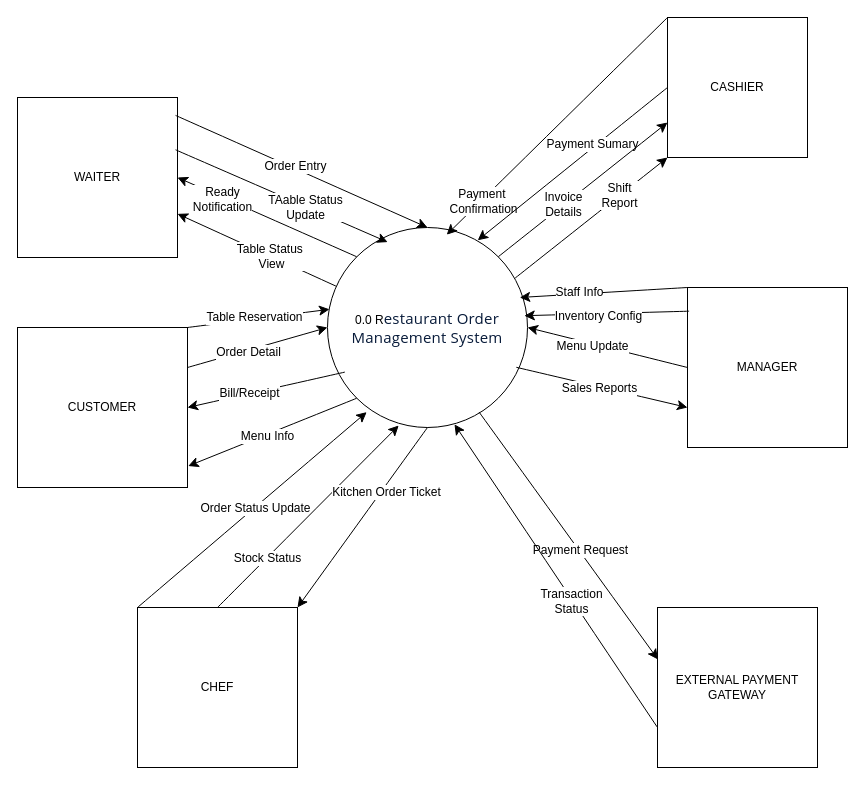
The draw.io diagram nhom3_dfd_lv0.drawio in huyoniichannuwu/Restaurant-Management-Group-Project, before the edit. Source tidied: cells renumbered, new cells numbered last; positions are measured from the earlier drawing's top-left corner, leaving out a move shared by most shapes. Both pictures are drawn from the tidied source at 100%, with x=0, y=0 at pixel (17, 17).
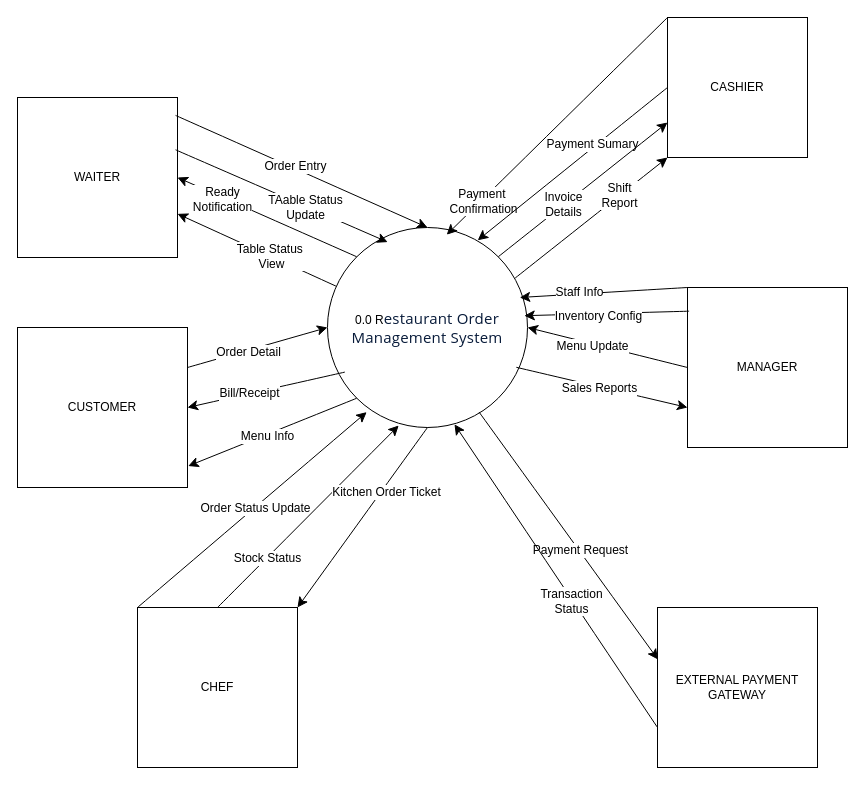
The same diagram, later.

Commit message:
- xoa table o customer vi khong co use case table

Unchanged cells that the change refers to:
```xml
<mxCell id="2" value="CUSTOMER" style="rounded=0;whiteSpace=wrap;html=1;" parent="1" vertex="1">
  <mxGeometry y="310" width="170" height="160" as="geometry" />
</mxCell>
<mxCell id="10" value="0.0 R&lt;span style=&quot;color: rgb(8, 27, 58); font-family: SegoeuiPc, &amp;quot;Segoe UI&amp;quot;, &amp;quot;San Francisco&amp;quot;, &amp;quot;Helvetica Neue&amp;quot;, Helvetica, &amp;quot;Lucida Grande&amp;quot;, Roboto, Ubuntu, Tahoma, &amp;quot;Microsoft Sans Serif&amp;quot;, Arial, sans-serif; font-size: 15px; letter-spacing: 0.2px; text-align: start; white-space-collapse: preserve; background-color: rgb(255, 255, 255);&quot;&gt;estaurant Order Management System&lt;/span&gt;" style="ellipse;whiteSpace=wrap;html=1;" parent="1" vertex="1">
  <mxGeometry x="310" y="210" width="200" height="200" as="geometry" />
</mxCell>
```

What changed in the source:
```diff
@@
-    <mxCell id="21" style="endArrow=classic;html=1;rounded=0;fontSize=12;startSize=8;endSize=8;curved=1;exitX=1;exitY=0;exitDx=0;exitDy=0;entryX=0.01;entryY=0.409;entryDx=0;entryDy=0;entryPerimeter=0;" parent="1" edge="1" source="2" target="10">
-      <mxGeometry relative="1" as="geometry" />
-    </mxCell>
-    <mxCell id="22" value="Table Reservation" style="edgeLabel;html=1;align=center;verticalAlign=middle;fontSize=12;" parent="21" vertex="1">
-      <mxGeometry x="-0.07" y="2" relative="1" as="geometry" />
-    </mxCell>
```
